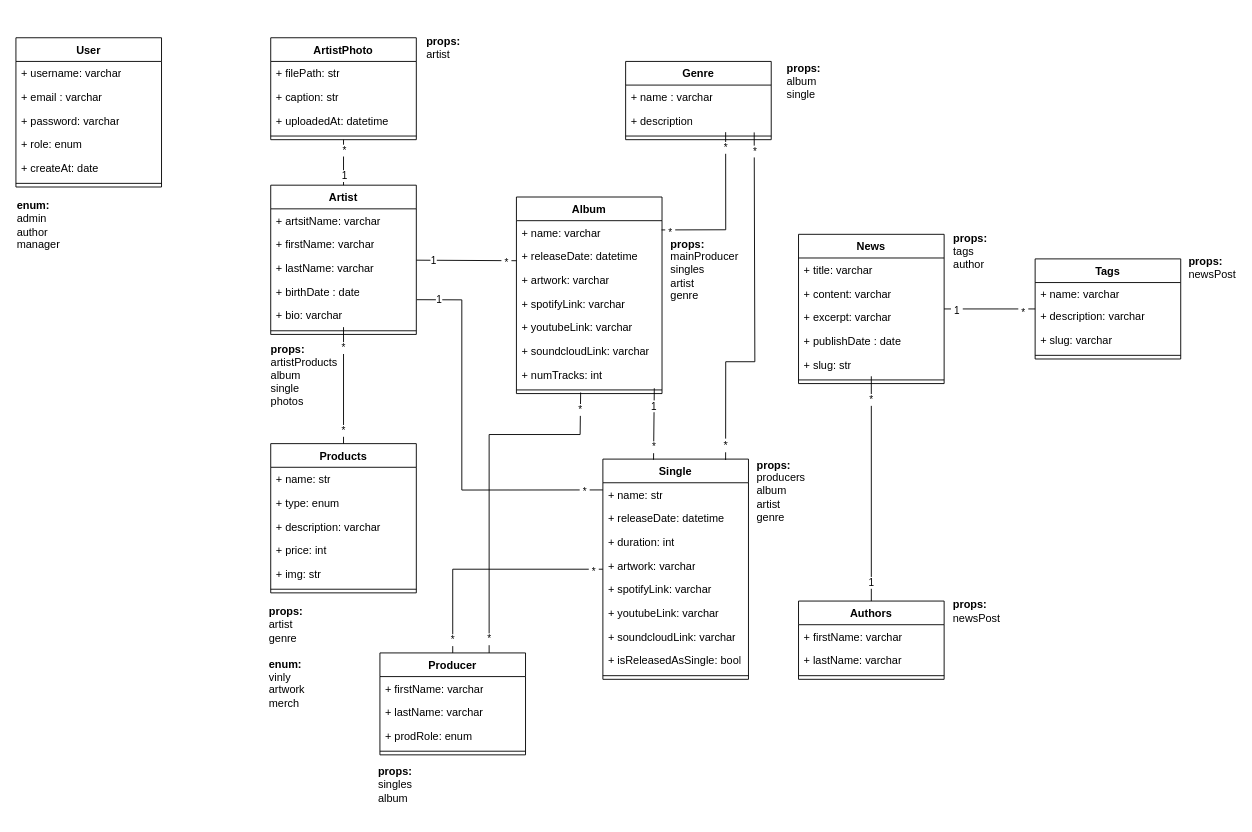
Above: page "UML" (1 of 2) of doc/Miserecord.drawio in Dvles/miserecord (draw.io), before the change. Source tidied: cells renumbered, new cells numbered last; positions are measured from the earlier drawing's top-left corner, leaving out a move shared by most shapes. Both pictures are drawn from the tidied source at 91%, with x=0, y=0 at pixel (15, 15).
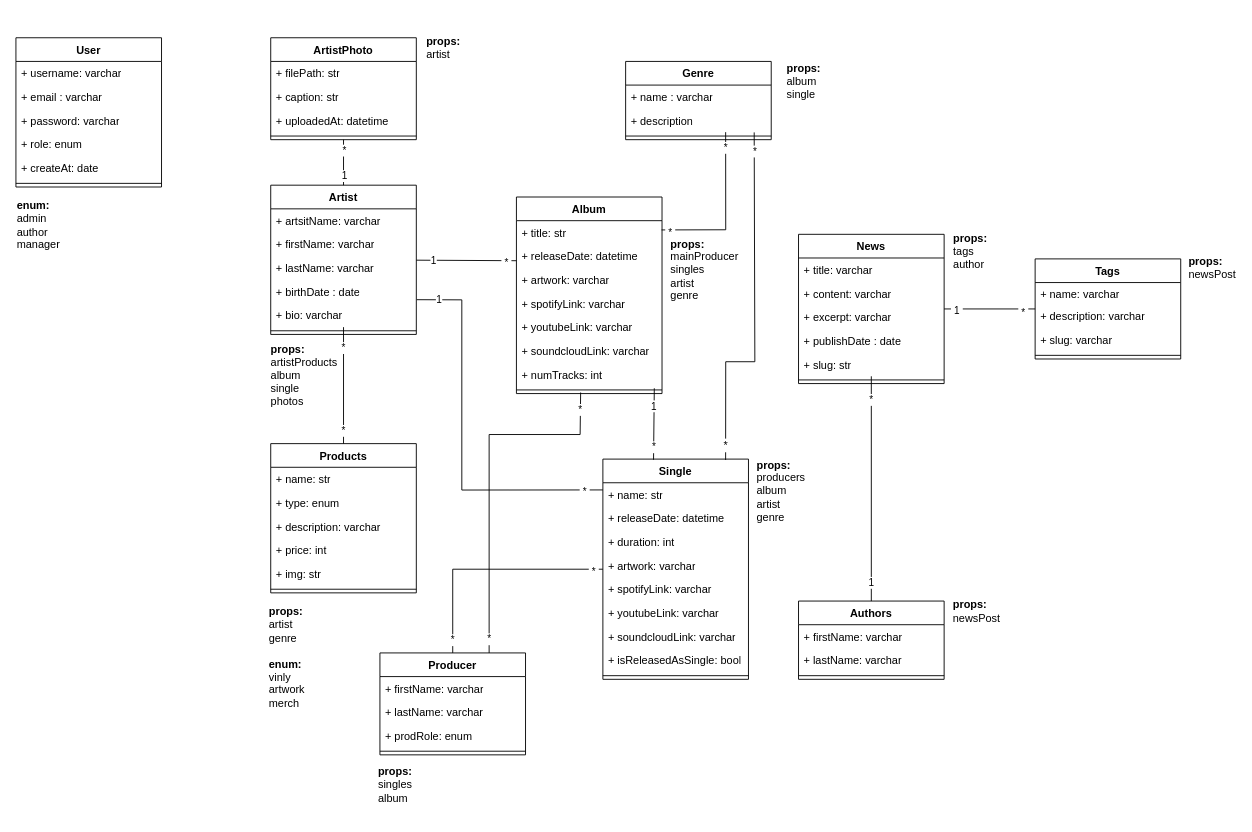
After the change.

Unchanged cells that the change refers to:
```xml
<mxCell id="9" value="Album" style="swimlane;fontStyle=1;align=center;verticalAlign=top;horizontal=1;startSize=26;whiteSpace=wrap;html=1;" parent="1" vertex="1">
  <mxGeometry x="550" y="199" width="160" height="216" as="geometry" />
</mxCell>
```

What changed in the source:
```diff
@@
-    <mxCell id="10" value="+ name: varchar" style="text;strokeColor=none;fillColor=none;align=left;verticalAlign=top;spacingLeft=4;spacingRight=4;overflow=hidden;points=[[0,0.5],[1,0.5]];portConstraint=eastwest;whiteSpace=wrap;html=1;" parent="9" vertex="1">
+    <mxCell id="10" value="+ title: str" style="text;strokeColor=none;fillColor=none;align=left;verticalAlign=top;spacingLeft=4;spacingRight=4;overflow=hidden;points=[[0,0.5],[1,0.5]];portConstraint=eastwest;whiteSpace=wrap;html=1;" parent="9" vertex="1">
       <mxGeometry y="26" width="160" height="26" as="geometry" />
     </mxCell>
```
